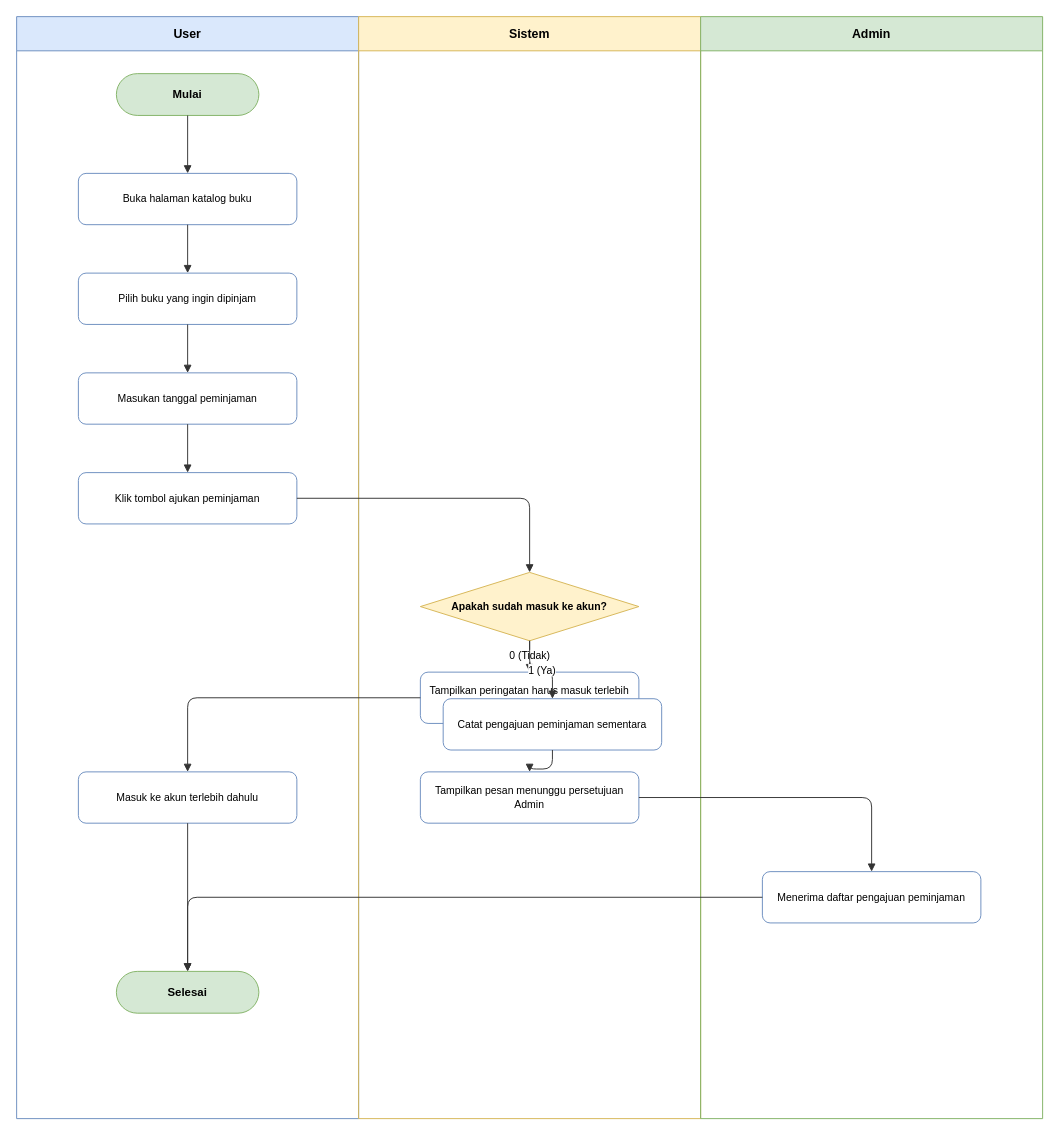
Earlier version of the draw.io diagram docs/diagrams/activity/activity-peminjaman.drawio (dimstyle/ruang-baca). Source tidied: cells renumbered, new cells numbered last; positions are measured from the earlier drawing's top-left corner, leaving out a move shared by most shapes. Both pictures are drawn from the tidied source at 95%, with x=0, y=0 at pixel (16, 16).
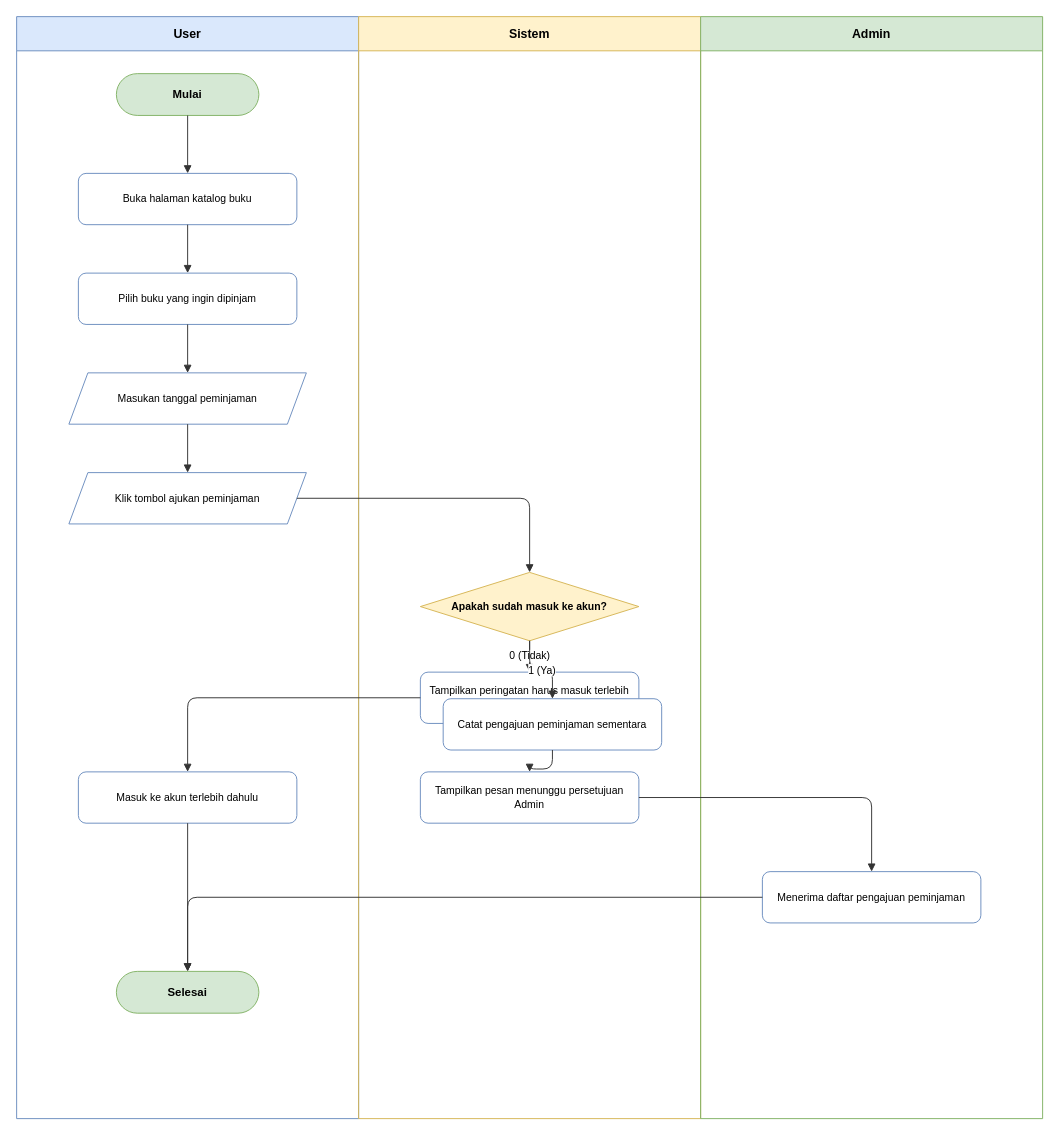
Above is the later version.

The change refers to these unchanged cells:
```xml
<mxCell id="2" value="User" style="swimlane;whiteSpace=wrap;html=1;startSize=36;fillColor=#dae8fc;strokeColor=#6c8ebf;fontStyle=1;fontSize=13;" parent="1" vertex="1">
  <mxGeometry width="360" height="1160" as="geometry" />
</mxCell>
```

The edit, as a diff of the source:
```diff
@@
-    <mxCell id="8" value="Masukan tanggal peminjaman" style="rounded=1;whiteSpace=wrap;html=1;fillColor=#ffffff;strokeColor=#6c8ebf;fontSize=11;" parent="2" vertex="1">
-      <mxGeometry x="65" y="375" width="230" height="54" as="geometry" />
+    <mxCell id="8" value="Masukan tanggal peminjaman" style="shape=parallelogram;perimeter=parallelogramPerimeter;whiteSpace=wrap;html=1;fixedSize=1;fillColor=#ffffff;strokeColor=#6c8ebf;fontSize=11;" parent="2" vertex="1">
+      <mxGeometry x="55" y="375" width="250" height="54" as="geometry" />
     </mxCell>
-    <mxCell id="9" value="Klik tombol ajukan peminjaman" style="rounded=1;whiteSpace=wrap;html=1;fillColor=#ffffff;strokeColor=#6c8ebf;fontSize=11;" parent="2" vertex="1">
-      <mxGeometry x="65" y="480" width="230" height="54" as="geometry" />
+    <mxCell id="9" value="Klik tombol ajukan peminjaman" style="shape=parallelogram;perimeter=parallelogramPerimeter;whiteSpace=wrap;html=1;fixedSize=1;fillColor=#ffffff;strokeColor=#6c8ebf;fontSize=11;" parent="2" vertex="1">
+      <mxGeometry x="55" y="480" width="250" height="54" as="geometry" />
     </mxCell>
```
